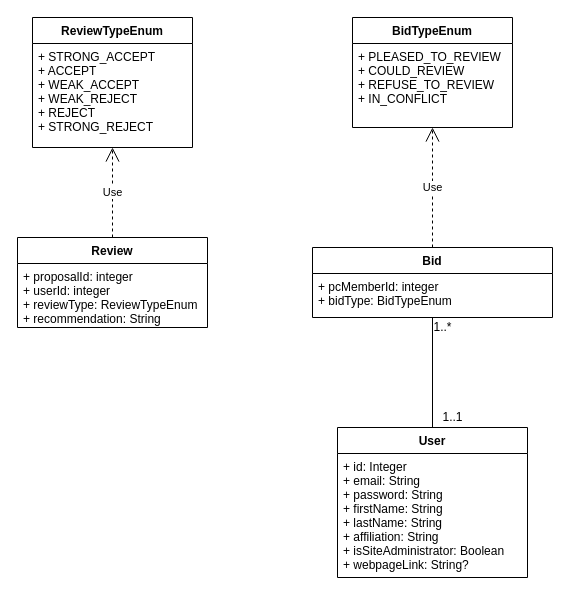
Earlier version of the draw.io diagram Documentation/Diagrams/Class/Bid_Review_classes.drawio (raresica1234/ATAR-SE). Source tidied: cells renumbered, new cells numbered last; positions are measured from the earlier drawing's top-left corner, leaving out a move shared by most shapes. Both pictures are drawn from the tidied source at 100%, with x=0, y=0 at pixel (17, 17).
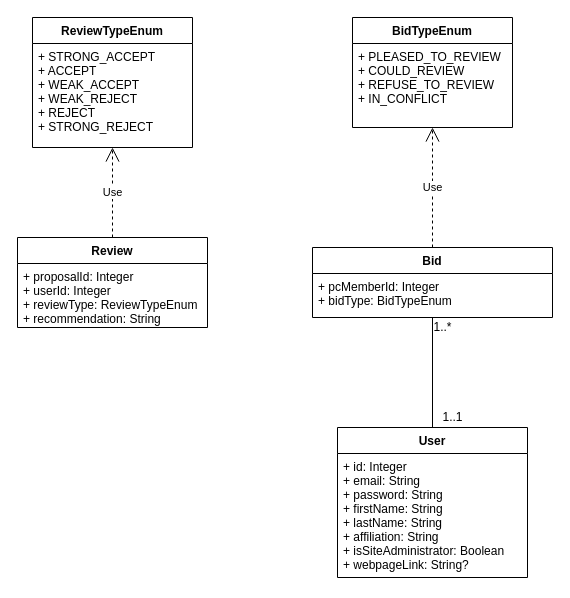
The same page after the edit.

The edit, as a diff of the source:
```diff
@@
 <mxGraphModel>
   <root>
     <mxCell id="0" />
     <mxCell id="1" parent="0" />
     <mxCell id="2" value="Bid" style="swimlane;fontStyle=1;align=center;verticalAlign=top;horizontal=1;startSize=26;" parent="1" vertex="1">
       <mxGeometry x="295" y="230" width="240" height="70" as="geometry" />
     </mxCell>
-    <mxCell id="3" value="+ pcMemberId: integer&#10;+ bidType: BidTypeEnum" style="text;strokeColor=none;fillColor=none;align=left;verticalAlign=top;spacingLeft=4;spacingRight=4;overflow=hidden;" parent="2" vertex="1">
+    <mxCell id="3" value="+ pcMemberId: Integer&#10;+ bidType: BidTypeEnum" style="text;strokeColor=none;fillColor=none;align=left;verticalAlign=top;spacingLeft=4;spacingRight=4;overflow=hidden;" parent="2" vertex="1">
       <mxGeometry y="26" width="240" height="44" as="geometry" />
     </mxCell>
     <mxCell id="4" value="Review" style="swimlane;fontStyle=1;align=center;verticalAlign=top;horizontal=1;startSize=26;" parent="1" vertex="1">
       <mxGeometry y="220" width="190" height="90" as="geometry" />
     </mxCell>
-    <mxCell id="5" value="+ proposalId: integer&#10;+ userId: integer&#10;+ reviewType: ReviewTypeEnum&#10;+ recommendation: String" style="text;strokeColor=none;fillColor=none;align=left;verticalAlign=top;spacingLeft=4;spacingRight=4;overflow=hidden;" parent="4" vertex="1">
+    <mxCell id="5" value="+ proposalId: Integer&#10;+ userId: Integer&#10;+ reviewType: ReviewTypeEnum&#10;+ recommendation: String" style="text;strokeColor=none;fillColor=none;align=left;verticalAlign=top;spacingLeft=4;spacingRight=4;overflow=hidden;" parent="4" vertex="1">
       <mxGeometry y="26" width="190" height="64" as="geometry" />
     </mxCell>
     <mxCell id="6" value="ReviewTypeEnum" style="swimlane;fontStyle=1;align=center;verticalAlign=top;horizontal=1;startSize=26;" parent="1" vertex="1">
       <mxGeometry x="15" width="160" height="130" as="geometry" />
     </mxCell>
     <mxCell id="7" value="+ STRONG_ACCEPT&#10;+ ACCEPT&#10;+ WEAK_ACCEPT&#10;+ WEAK_REJECT&#10;+ REJECT&#10;+ STRONG_REJECT" style="text;strokeColor=none;fillColor=none;align=left;verticalAlign=top;spacingLeft=4;spacingRight=4;overflow=hidden;" parent="6" vertex="1">
       <mxGeometry y="26" width="160" height="104" as="geometry" />
     </mxCell>
     <mxCell id="8" value="Use" style="endArrow=open;endSize=12;dashed=1;html=1;" parent="1" edge="1" source="4" target="6">
       <mxGeometry relative="1" as="geometry" />
     </mxCell>
     <mxCell id="9" value="BidTypeEnum" style="swimlane;fontStyle=1;align=center;verticalAlign=top;horizontal=1;startSize=26;" parent="1" vertex="1">
       <mxGeometry x="335" width="160" height="110" as="geometry" />
     </mxCell>
     <mxCell id="10" value="+ PLEASED_TO_REVIEW&#10;+ COULD_REVIEW&#10;+ REFUSE_TO_REVIEW&#10;+ IN_CONFLICT" style="text;strokeColor=none;fillColor=none;align=left;verticalAlign=top;spacingLeft=4;spacingRight=4;overflow=hidden;" parent="9" vertex="1">
       <mxGeometry y="26" width="160" height="84" as="geometry" />
     </mxCell>
     <mxCell id="11" value="Use" style="endArrow=open;endSize=12;dashed=1;html=1;" parent="1" edge="1" source="2" target="9">
       <mxGeometry relative="1" as="geometry" />
     </mxCell>
     <mxCell id="12" value="User" style="swimlane;fontStyle=1;align=center;verticalAlign=top;horizontal=1;startSize=26;" parent="1" vertex="1">
       <mxGeometry x="320" y="410" width="190" height="150" as="geometry" />
     </mxCell>
     <mxCell id="13" value="+ id: Integer&#10;+ email: String&#10;+ password: String&#10;+ firstName: String&#10;+ lastName: String&#10;+ affiliation: String&#10;+ isSiteAdministrator: Boolean&#10;+ webpageLink: String?" style="text;strokeColor=none;fillColor=none;align=left;verticalAlign=top;spacingLeft=4;spacingRight=4;overflow=hidden;" parent="12" vertex="1">
       <mxGeometry y="26" width="190" height="124" as="geometry" />
     </mxCell>
     <mxCell id="14" style="endArrow=none;html=1;" parent="1" edge="1" source="12" target="2">
       <mxGeometry relative="1" as="geometry" />
     </mxCell>
     <mxCell id="15" value="1..1" style="text;html=1;align=center;verticalAlign=middle;" parent="1" vertex="1">
       <mxGeometry x="415" y="390" width="40" height="20" as="geometry" />
     </mxCell>
     <mxCell id="16" value="1..*" style="text;html=1;align=center;verticalAlign=middle;" parent="1" vertex="1">
       <mxGeometry x="410" y="300" width="30" height="20" as="geometry" />
     </mxCell>
   </root>
 </mxGraphModel>
```
